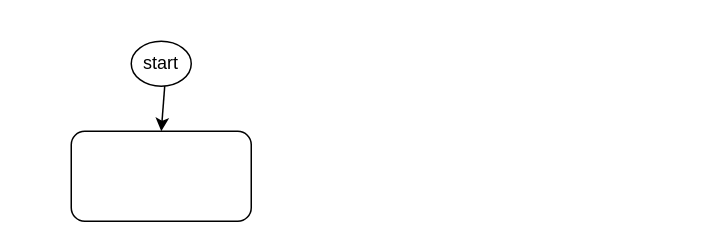
Earlier version of the draw.io diagram page "main" (1 of 2) of c++/cccPractice/problems/senior/2021/design/s4.dio (andrew-canada/gomoku). Source tidied: cells renumbered, new cells numbered last; positions are measured from the earlier drawing's top-left corner, leaving out a move shared by most shapes. Both pictures are drawn from the tidied source at 150%, with x=0, y=0 at pixel (70, 40).
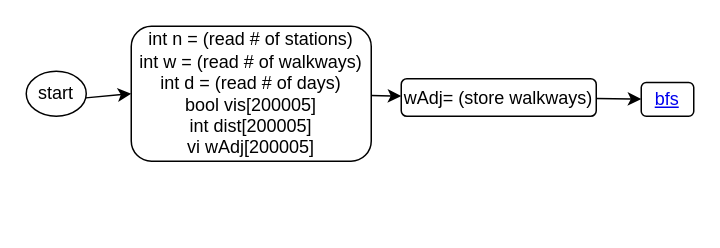
Above is the later version.

Diff of the diagram source:
```diff
@@
 <mxGraphModel>
   <root>
     <mxCell id="0" />
     <mxCell id="1" parent="0" />
     <mxCell id="2" style="edgeStyle=none;html=1;" parent="1" edge="1" source="3" target="4">
       <mxGeometry relative="1" as="geometry" />
     </mxCell>
     <mxCell id="3" value="start" style="ellipse;whiteSpace=wrap;html=1;" parent="1" vertex="1">
-      <mxGeometry x="40" width="40" height="30" as="geometry" />
+      <mxGeometry x="-30" y="20" width="40" height="30" as="geometry" />
     </mxCell>
+    <mxCell id="5" style="edgeStyle=none;html=1;" parent="1" edge="1" source="4" target="7">
+      <mxGeometry relative="1" as="geometry" />
+    </mxCell>
-    <mxCell id="4" style="rounded=1;whiteSpace=wrap;html=1;" parent="1" vertex="1">
-      <mxGeometry y="60" width="120" height="60" as="geometry" />
+    <mxCell id="4" value="int n = (read # of stations)&lt;br&gt;int w = (read # of walkways)&lt;br&gt;int d = (read # of days)&lt;br&gt;bool vis[200005]&lt;br&gt;int dist[200005]&lt;br&gt;vi wAdj[200005]" style="rounded=1;whiteSpace=wrap;html=1;" parent="1" vertex="1">
+      <mxGeometry x="40" y="-10" width="160" height="90" as="geometry" />
     </mxCell>
+    <mxCell id="6" style="edgeStyle=none;html=1;" parent="1" edge="1" source="7" target="8">
+      <mxGeometry relative="1" as="geometry" />
+    </mxCell>
+    <mxCell id="7" value="wAdj= (store walkways)" style="whiteSpace=wrap;html=1;rounded=1;" parent="1" vertex="1">
+      <mxGeometry x="220" y="25" width="130" height="25" as="geometry" />
+    </mxCell>
+    <mxCell id="8" value="&lt;a href=&quot;data:page/id,CfKXKt8JsqLS_MIE1iig&quot;&gt;bfs&lt;/a&gt;" style="whiteSpace=wrap;html=1;rounded=1;" parent="1" vertex="1">
+      <mxGeometry x="380" y="27.5" width="35" height="22.5" as="geometry" />
+    </mxCell>
   </root>
 </mxGraphModel>
```
